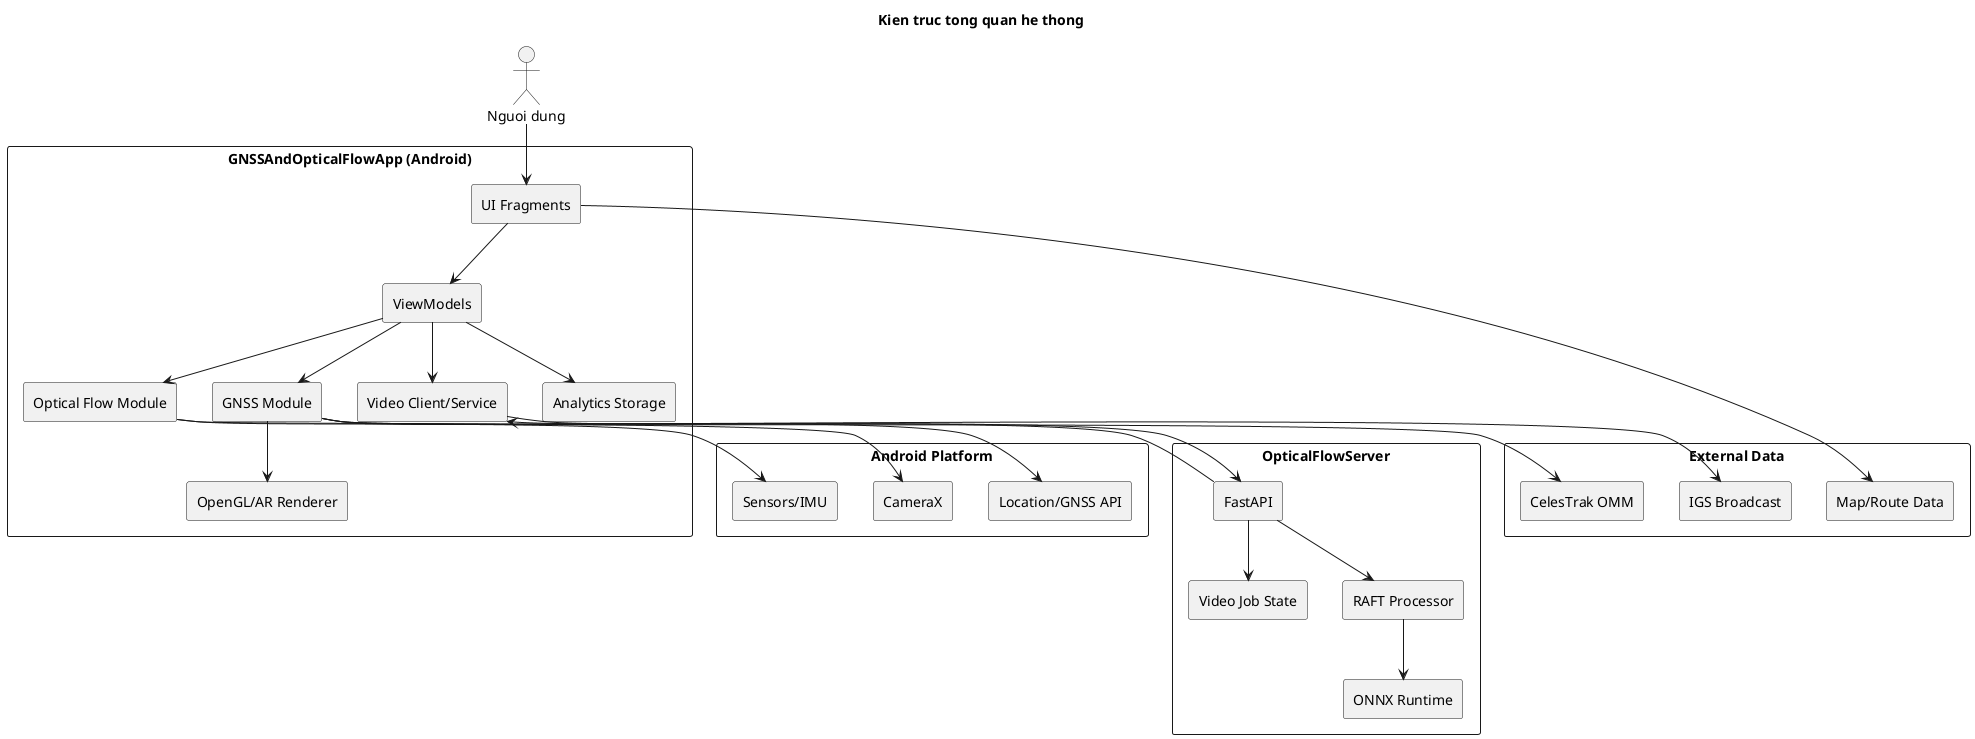
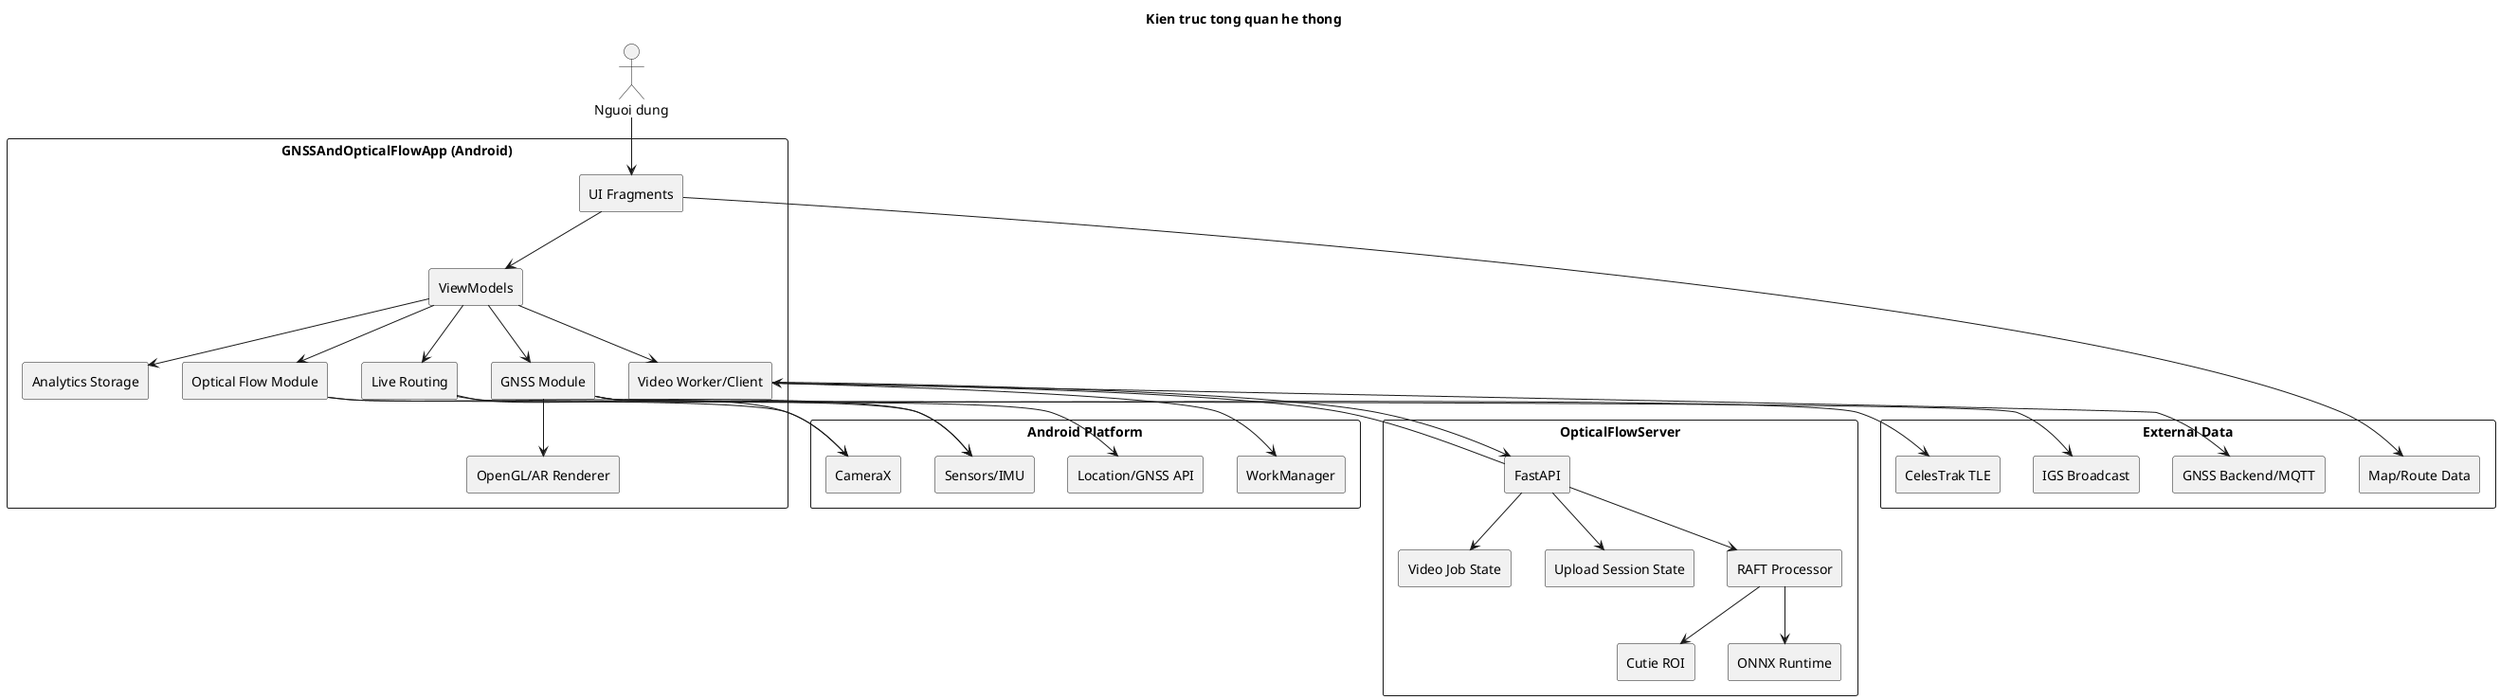
@startuml
title Kien truc tong quan he thong

skinparam componentStyle rectangle
skinparam packageStyle rectangle

actor "Nguoi dung" as User

package "GNSSAndOpticalFlowApp (Android)" {
  component "UI Fragments" as UI
  component "ViewModels" as VM
  component "GNSS Module" as GNSS
  component "Optical Flow Module" as OF
  component "Analytics Storage" as Analytics
-   component "Video Client/Service" as Video
+   component "Video Worker/Client" as Video
+   component "Live Routing" as Routing
  component "OpenGL/AR Renderer" as Renderer
}

package "Android Platform" {
  component "Location/GNSS API" as AndroidGNSS
  component "CameraX" as CameraX
  component "Sensors/IMU" as Sensors
+   component "WorkManager" as WorkManager
}

package "External Data" {
  component "IGS Broadcast" as IGS
-   component "CelesTrak OMM" as CelesTrak
+   component "CelesTrak TLE" as CelesTrak
  component "Map/Route Data" as MapData
+   component "GNSS Backend/MQTT" as Outer
}

package "OpticalFlowServer" {
  component "FastAPI" as API
  component "Video Job State" as Job
+   component "Upload Session State" as Upload
  component "RAFT Processor" as RAFT
+   component "Cutie ROI" as Cutie
  component "ONNX Runtime" as ONNX
}

User --> UI
UI --> VM
VM --> GNSS
VM --> OF
VM --> Video
VM --> Analytics
+ VM --> Routing
GNSS --> AndroidGNSS
GNSS --> IGS
GNSS --> CelesTrak
GNSS --> Renderer
UI --> MapData
OF --> CameraX
OF --> Sensors
+ Routing --> CameraX
+ Routing --> Sensors
+ Video --> WorkManager
Video --> API
+ Video --> Outer
API --> Job
+ API --> Upload
API --> RAFT
+ RAFT --> Cutie
RAFT --> ONNX
API --> Video

@enduml
